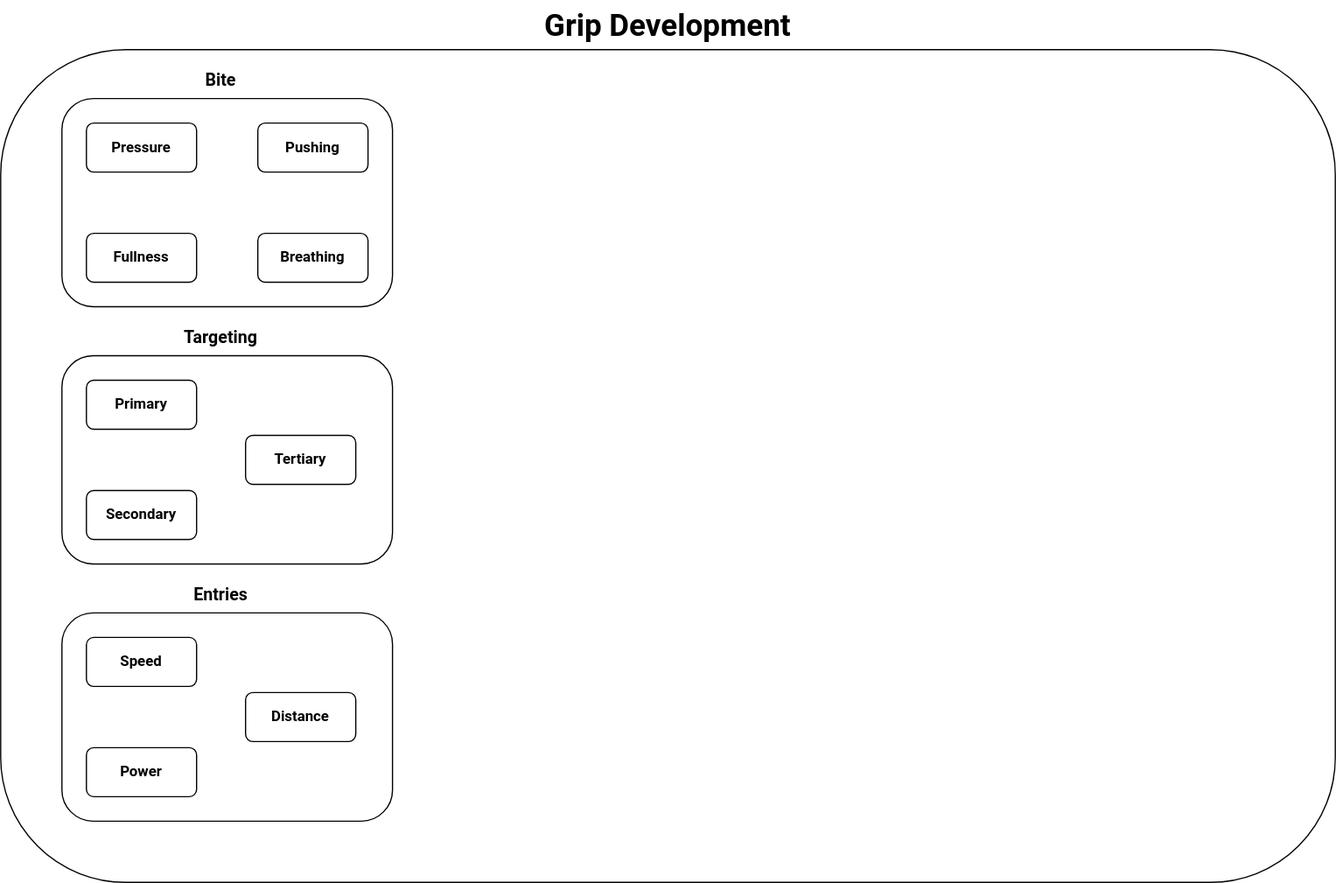
This is .gitbook/assets/grip-development.svg from k9os/docs, a draw.io export, as it was before one commit. Source tidied: cells renumbered, new cells last; positions are measured from the earlier drawing's top-left corner, leaving out a move shared by most shapes.
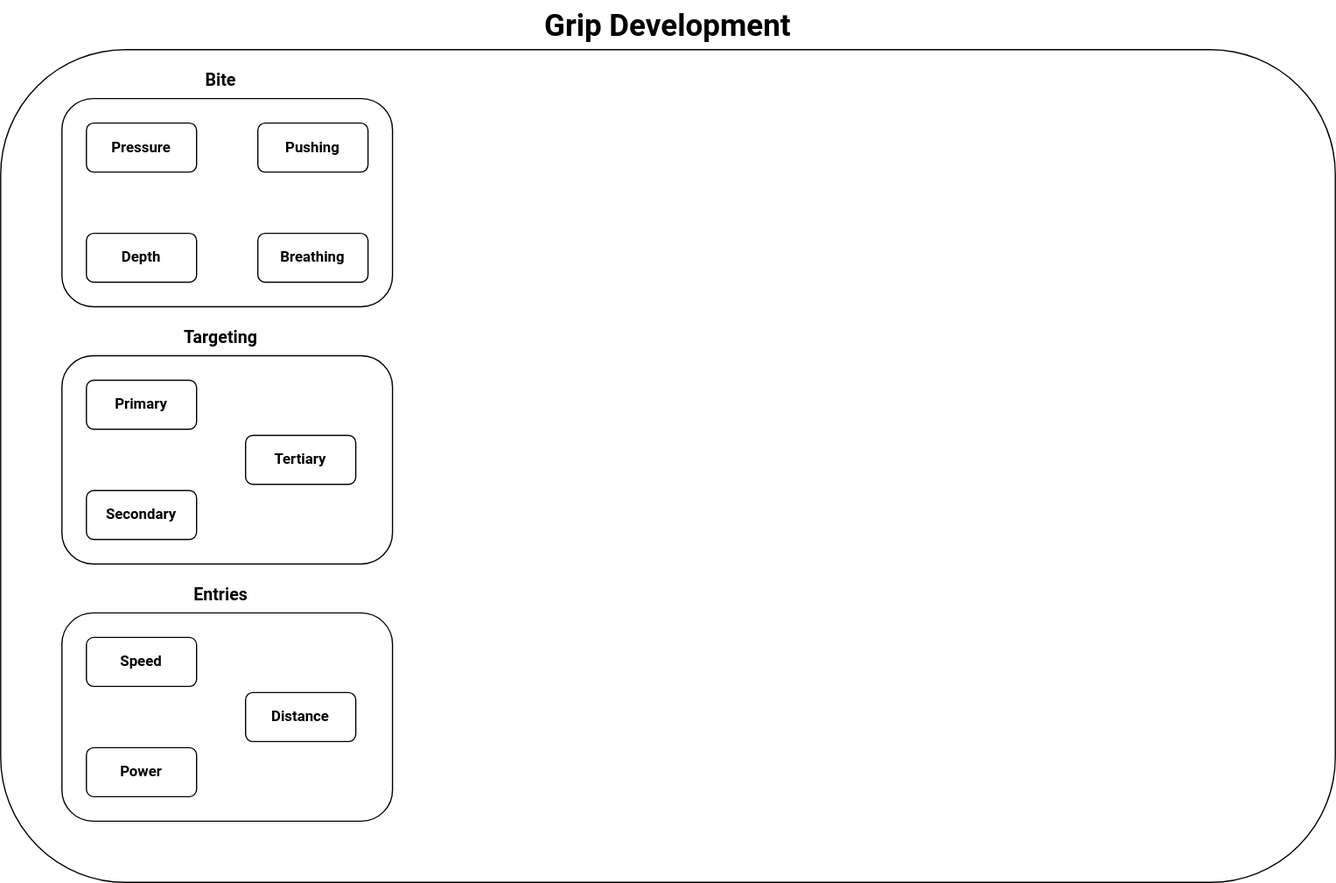
The same diagram one commit later.

The edit, as a diff of the source:
```diff
@@ -53,7 +53,7 @@
     <mxCell id="18" style="rounded=1;whiteSpace=wrap;html=1;fillColor=none;" parent="13" vertex="1">
       <mxGeometry x="20" y="140" width="90" height="40" as="geometry" />
     </mxCell>
-    <mxCell id="19" value="&lt;b&gt;&lt;font face=&quot;Roboto&quot;&gt;Fullness&lt;/font&gt;&lt;/b&gt;" style="text;html=1;strokeColor=none;fillColor=none;align=center;verticalAlign=middle;whiteSpace=wrap;rounded=0;" parent="13" vertex="1">
+    <mxCell id="19" value="&lt;b&gt;&lt;font face=&quot;Roboto&quot;&gt;Depth&lt;/font&gt;&lt;/b&gt;" style="text;html=1;strokeColor=none;fillColor=none;align=center;verticalAlign=middle;whiteSpace=wrap;rounded=0;" parent="13" vertex="1">
       <mxGeometry x="30" y="145" width="70" height="30" as="geometry" />
     </mxCell>
     <mxCell id="20" style="rounded=1;whiteSpace=wrap;html=1;fillColor=none;" parent="13" vertex="1">
```
